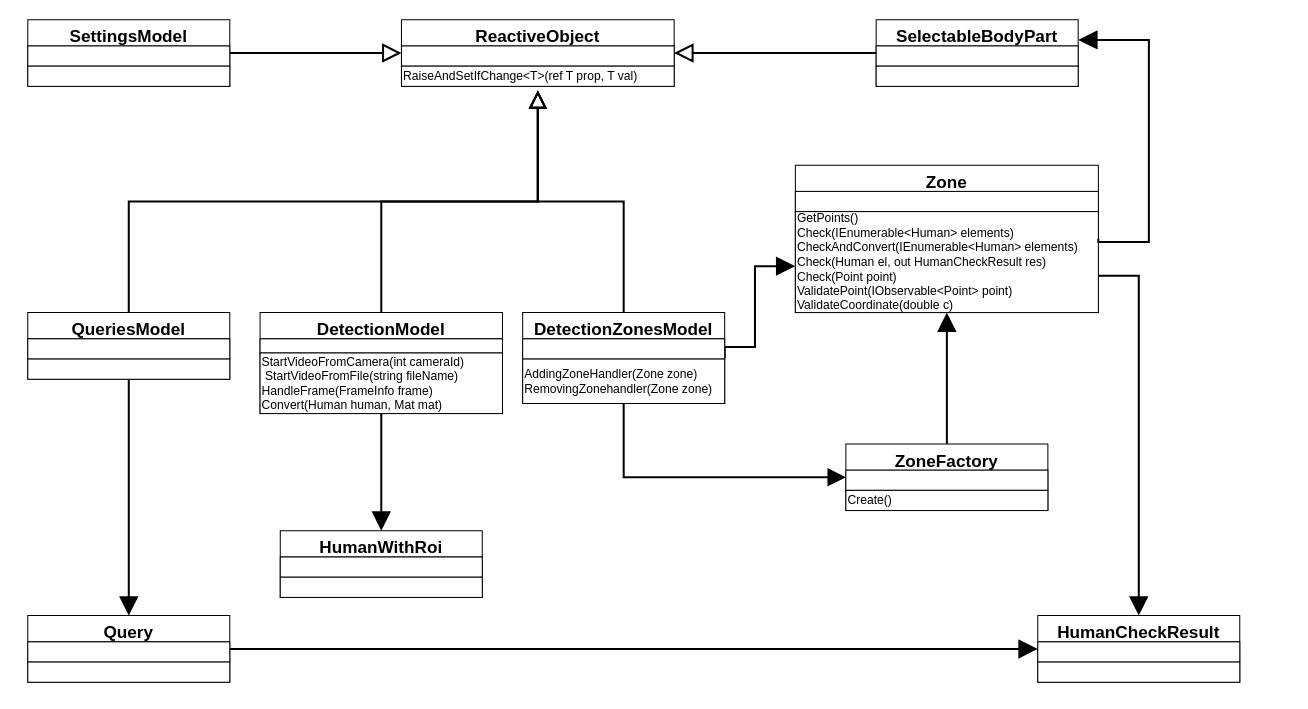
The draw.io diagram page "Models" (1 of 11) of Engineering/Packets-specify.drawio in GoldGreen/Skeletonization, before the edit. Source tidied: cells renumbered, new cells numbered last; positions are measured from the earlier drawing's top-left corner, leaving out a move shared by most shapes. Both pictures are drawn from the tidied source at 101%, with x=0, y=0 at pixel (27, 19).
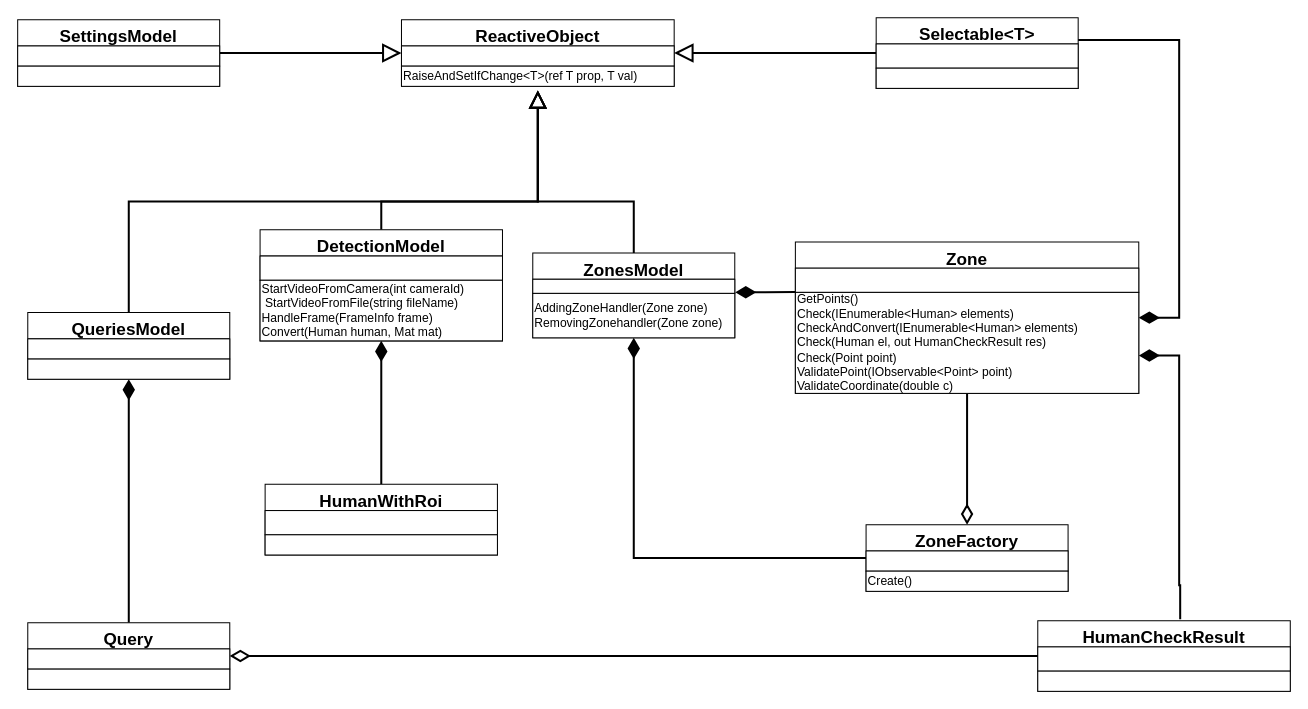
After the change.

The change refers to these unchanged cells:
```xml
<mxCell id="34" value="QueriesModel" style="swimlane;fontStyle=1;align=center;verticalAlign=top;horizontal=1;startSize=26;fontSize=17;" parent="1" vertex="1">
  <mxGeometry y="290" width="200" height="66" as="geometry" />
</mxCell>
```

Change to the diagram source:
```diff
@@
-    <mxCell id="5" value=" " style="edgeStyle=orthogonalEdgeStyle;rounded=0;jettySize=auto;html=1;exitX=1;exitY=0.5;exitDx=0;exitDy=0;entryX=0;entryY=0;entryDx=0;entryDy=0;fontSize=17;endArrow=block;endFill=1;startSize=6;endSize=14;strokeWidth=2;" parent="1" edge="1" source="10">
+    <mxCell id="5" value=" " style="edgeStyle=orthogonalEdgeStyle;rounded=0;jettySize=auto;html=1;exitX=1.002;exitY=0.919;exitDx=0;exitDy=0;entryX=0;entryY=0.979;entryDx=0;entryDy=0;fontSize=17;endArrow=none;endFill=0;startSize=15;endSize=14;strokeWidth=2;exitPerimeter=0;entryPerimeter=0;startArrow=diamondThin;startFill=1;" parent="1" edge="1" source="11" target="28">
       <mxGeometry relative="1" as="geometry">
-        <mxPoint x="760" y="244" as="targetPoint" />
         <Array as="points">
-          <mxPoint x="690" y="324" />
-          <mxPoint x="720" y="324" />
-          <mxPoint x="720" y="244" />
+          <mxPoint x="730" y="269" />
+          <mxPoint x="730" y="269" />
         </Array>
       </mxGeometry>
     </mxCell>
-    <mxCell id="6" value=" " style="edgeStyle=orthogonalEdgeStyle;rounded=0;jettySize=auto;html=1;exitX=1;exitY=0.75;exitDx=0;exitDy=0;fontSize=17;endArrow=block;endFill=1;startSize=6;endSize=14;strokeWidth=2;entryX=0.5;entryY=0;entryDx=0;entryDy=0;" parent="1" edge="1" source="27" target="40">
-      <mxGeometry relative="1" as="geometry" />
+    <mxCell id="6" value=" " style="edgeStyle=orthogonalEdgeStyle;rounded=0;jettySize=auto;html=1;exitX=1;exitY=0.75;exitDx=0;exitDy=0;fontSize=17;endArrow=none;endFill=0;startSize=15;endSize=14;strokeWidth=2;entryX=0.564;entryY=-0.019;entryDx=0;entryDy=0;entryPerimeter=0;startArrow=diamondThin;startFill=1;" parent="1" edge="1" source="27" target="40">
+      <mxGeometry relative="1" as="geometry">
+        <Array as="points">
+          <mxPoint x="1140" y="333" />
+          <mxPoint x="1140" y="560" />
+          <mxPoint x="1141" y="560" />
+        </Array>
+      </mxGeometry>
     </mxCell>
     <mxCell id="7" style="edgeStyle=orthogonalEdgeStyle;rounded=0;jettySize=auto;html=1;exitX=0.5;exitY=0;exitDx=0;exitDy=0;fontFamily=Helvetica;fontSize=12;fontColor=default;endArrow=block;endFill=0;startSize=26;endSize=13;strokeWidth=2;entryX=0.5;entryY=1;entryDx=0;entryDy=0;" parent="1" edge="1" source="10">
       <mxGeometry relative="1" as="geometry">
         <mxPoint x="505" y="70" as="targetPoint" />
         <Array as="points">
-          <mxPoint x="590" y="180" />
+          <mxPoint x="600" y="180" />
           <mxPoint x="505" y="180" />
         </Array>
       </mxGeometry>
     </mxCell>
@@
-    <mxCell id="9" value=" " style="edgeStyle=orthogonalEdgeStyle;rounded=0;jettySize=auto;html=1;exitX=0.5;exitY=1;exitDx=0;exitDy=0;entryX=0;entryY=0.5;entryDx=0;entryDy=0;fontFamily=Helvetica;fontSize=18;fontColor=default;endArrow=block;endFill=1;startSize=26;endSize=13;strokeWidth=2;" parent="1" edge="1" source="10" target="14">
+    <mxCell id="9" value=" " style="edgeStyle=orthogonalEdgeStyle;rounded=0;jettySize=auto;html=1;exitX=0.5;exitY=1;exitDx=0;exitDy=0;entryX=0;entryY=0.5;entryDx=0;entryDy=0;fontFamily=Helvetica;fontSize=18;fontColor=default;endArrow=none;endFill=0;startSize=15;endSize=13;strokeWidth=2;startArrow=diamondThin;startFill=1;" parent="1" edge="1" source="10" target="14">
       <mxGeometry relative="1" as="geometry" />
     </mxCell>
-    <mxCell id="10" value="DetectionZonesModel" style="swimlane;fontStyle=1;align=center;verticalAlign=top;horizontal=1;startSize=26;fontSize=17;" parent="1" vertex="1">
-      <mxGeometry x="490" y="290" width="200" height="90" as="geometry" />
+    <mxCell id="10" value="ZonesModel" style="swimlane;fontStyle=1;align=center;verticalAlign=top;horizontal=1;startSize=26;fontSize=17;" parent="1" vertex="1">
+      <mxGeometry x="500" y="231" width="200" height="84" as="geometry" />
     </mxCell>
     <mxCell id="11" style="rounded=0;whiteSpace=wrap;html=1;fontFamily=Helvetica;fontSize=12;fontColor=default;startSize=26;strokeColor=default;fillColor=default;align=left;" parent="10" vertex="1">
-      <mxGeometry y="26" width="200" height="20" as="geometry" />
+      <mxGeometry y="26" width="200" height="14" as="geometry" />
     </mxCell>
     <mxCell id="12" value="AddingZoneHandler(Zone zone)&lt;br&gt;RemovingZonehandler(Zone zone)" style="rounded=0;whiteSpace=wrap;html=1;fontFamily=Helvetica;fontSize=12;fontColor=default;startSize=26;strokeColor=default;fillColor=default;align=left;" parent="10" vertex="1">
-      <mxGeometry y="46" width="200" height="44" as="geometry" />
+      <mxGeometry y="40" width="200" height="44" as="geometry" />
     </mxCell>
-    <mxCell id="13" value=" " style="edgeStyle=orthogonalEdgeStyle;rounded=0;jettySize=auto;html=1;exitX=0.5;exitY=0;exitDx=0;exitDy=0;entryX=0.5;entryY=1;entryDx=0;entryDy=0;fontSize=17;endArrow=block;endFill=1;startSize=6;endSize=14;strokeWidth=2;" parent="1" edge="1" source="14" target="27">
+    <mxCell id="13" value=" " style="edgeStyle=orthogonalEdgeStyle;rounded=0;jettySize=auto;html=1;exitX=0.5;exitY=0;exitDx=0;exitDy=0;entryX=0.5;entryY=1;entryDx=0;entryDy=0;fontSize=17;endArrow=none;endFill=0;startSize=15;endSize=14;strokeWidth=2;startArrow=diamondThin;startFill=0;" parent="1" edge="1" source="14" target="27">
       <mxGeometry relative="1" as="geometry" />
     </mxCell>
     <mxCell id="14" value="ZoneFactory" style="swimlane;fontStyle=1;align=center;verticalAlign=top;horizontal=1;startSize=26;fontSize=17;" parent="1" vertex="1">
-      <mxGeometry x="810" y="420" width="200" height="66" as="geometry" />
+      <mxGeometry x="830" y="500" width="200" height="66" as="geometry" />
     </mxCell>
@@
     <mxCell id="18" value="SettingsModel" style="swimlane;fontStyle=1;align=center;verticalAlign=top;horizontal=1;startSize=26;fontSize=17;" parent="1" vertex="1">
-      <mxGeometry width="200" height="66" as="geometry" />
+      <mxGeometry x="-10" width="200" height="66" as="geometry" />
     </mxCell>
@@
-    <mxCell id="21" value=" " style="edgeStyle=orthogonalEdgeStyle;rounded=0;jettySize=auto;html=1;exitX=0.5;exitY=1;exitDx=0;exitDy=0;entryX=0.5;entryY=0;entryDx=0;entryDy=0;fontSize=17;endArrow=block;endFill=1;startSize=6;endSize=14;strokeWidth=2;" parent="1" edge="1" source="24" target="37">
+    <mxCell id="21" value=" " style="edgeStyle=orthogonalEdgeStyle;rounded=0;jettySize=auto;html=1;exitX=0.5;exitY=1;exitDx=0;exitDy=0;entryX=0.5;entryY=0;entryDx=0;entryDy=0;fontSize=17;endArrow=none;endFill=0;startSize=15;endSize=14;strokeWidth=2;startArrow=diamondThin;startFill=1;" parent="1" edge="1" source="24" target="37">
       <mxGeometry relative="1" as="geometry" />
     </mxCell>
@@
     <mxCell id="24" value="DetectionModel" style="swimlane;fontStyle=1;align=center;verticalAlign=top;horizontal=1;startSize=26;fontSize=17;" parent="1" vertex="1">
-      <mxGeometry x="230" y="290" width="240" height="100" as="geometry" />
+      <mxGeometry x="230" y="208" width="240" height="110" as="geometry" />
     </mxCell>
     <mxCell id="25" style="rounded=0;whiteSpace=wrap;html=1;fontFamily=Helvetica;fontSize=12;fontColor=default;startSize=26;strokeColor=default;fillColor=default;align=left;" parent="24" vertex="1">
-      <mxGeometry y="26" width="240" height="14" as="geometry" />
+      <mxGeometry y="26" width="240" height="24" as="geometry" />
     </mxCell>
     <mxCell id="26" value="StartVideoFromCamera(int cameraId)&lt;br&gt;&amp;nbsp;StartVideoFromFile(string fileName)&lt;br&gt;HandleFrame(FrameInfo frame)&lt;br&gt;Convert(Human human, Mat mat)" style="rounded=0;whiteSpace=wrap;html=1;fontFamily=Helvetica;fontSize=12;fontColor=default;startSize=26;strokeColor=default;fillColor=default;align=left;" parent="24" vertex="1">
-      <mxGeometry y="40" width="240" height="60" as="geometry" />
+      <mxGeometry y="50" width="240" height="60" as="geometry" />
     </mxCell>
     <mxCell id="27" value="Zone" style="swimlane;fontStyle=1;align=center;verticalAlign=top;horizontal=1;startSize=26;fontSize=17;" parent="1" vertex="1">
-      <mxGeometry x="760" y="144" width="300" height="146" as="geometry" />
+      <mxGeometry x="760" y="220" width="340" height="150" as="geometry" />
     </mxCell>
     <mxCell id="28" style="rounded=0;whiteSpace=wrap;html=1;fontFamily=Helvetica;fontSize=12;fontColor=default;startSize=26;strokeColor=default;fillColor=default;align=left;" parent="27" vertex="1">
-      <mxGeometry y="26" width="300" height="20" as="geometry" />
+      <mxGeometry y="26" width="340" height="24" as="geometry" />
     </mxCell>
     <mxCell id="29" value="GetPoints()&lt;br&gt;Check(IEnumerable&amp;lt;Human&amp;gt; elements)&lt;br&gt;CheckAndConvert(IEnumerable&amp;lt;Human&amp;gt; elements)&lt;br&gt;Check(Human el, out HumanCheckResult res)&lt;br&gt;Check(Point point)&lt;br&gt;ValidatePoint(IObservable&amp;lt;Point&amp;gt; point)&lt;br&gt;ValidateCoordinate(double c)" style="rounded=0;whiteSpace=wrap;html=1;fontFamily=Helvetica;fontSize=12;fontColor=default;startSize=26;strokeColor=default;fillColor=default;align=left;" parent="27" vertex="1">
-      <mxGeometry y="46" width="300" height="100" as="geometry" />
+      <mxGeometry y="50" width="340" height="100" as="geometry" />
     </mxCell>
-    <mxCell id="30" style="edgeStyle=orthogonalEdgeStyle;rounded=0;jettySize=auto;html=1;exitX=0.5;exitY=1;exitDx=0;exitDy=0;entryX=0.5;entryY=0;entryDx=0;entryDy=0;fontSize=17;endArrow=block;endFill=1;startSize=6;endSize=14;strokeWidth=2;" parent="1" edge="1" source="34" target="50">
+    <mxCell id="30" style="edgeStyle=orthogonalEdgeStyle;rounded=0;jettySize=auto;html=1;exitX=0.5;exitY=1;exitDx=0;exitDy=0;entryX=0.5;entryY=0;entryDx=0;entryDy=0;fontSize=17;endArrow=none;endFill=0;startSize=15;endSize=14;strokeWidth=2;startArrow=diamondThin;startFill=1;" parent="1" edge="1" source="34" target="50">
       <mxGeometry relative="1" as="geometry" />
     </mxCell>
@@
     <mxCell id="37" value="HumanWithRoi" style="swimlane;fontStyle=1;align=center;verticalAlign=top;horizontal=1;startSize=26;fontSize=17;" parent="1" vertex="1">
-      <mxGeometry x="250" y="506" width="200" height="66" as="geometry" />
+      <mxGeometry x="235" y="460" width="230" height="70" as="geometry" />
     </mxCell>
     <mxCell id="38" style="rounded=0;whiteSpace=wrap;html=1;fontFamily=Helvetica;fontSize=12;fontColor=default;startSize=26;strokeColor=default;fillColor=default;align=left;" parent="37" vertex="1">
-      <mxGeometry y="26" width="200" height="20" as="geometry" />
+      <mxGeometry y="26" width="230" height="24" as="geometry" />
     </mxCell>
     <mxCell id="39" style="rounded=0;whiteSpace=wrap;html=1;fontFamily=Helvetica;fontSize=12;fontColor=default;startSize=26;strokeColor=default;fillColor=default;align=left;" parent="37" vertex="1">
-      <mxGeometry y="46" width="200" height="20" as="geometry" />
+      <mxGeometry y="50" width="230" height="20" as="geometry" />
     </mxCell>
     <mxCell id="40" value="HumanCheckResult" style="swimlane;fontStyle=1;align=center;verticalAlign=top;horizontal=1;startSize=26;fontSize=17;" parent="1" vertex="1">
-      <mxGeometry x="1000" y="590" width="200" height="66" as="geometry" />
+      <mxGeometry x="1000" y="595" width="250" height="70" as="geometry" />
     </mxCell>
     <mxCell id="41" style="rounded=0;whiteSpace=wrap;html=1;fontFamily=Helvetica;fontSize=12;fontColor=default;startSize=26;strokeColor=default;fillColor=default;align=left;" parent="40" vertex="1">
-      <mxGeometry y="26" width="200" height="20" as="geometry" />
+      <mxGeometry y="26" width="250" height="24" as="geometry" />
     </mxCell>
     <mxCell id="42" style="rounded=0;whiteSpace=wrap;html=1;fontFamily=Helvetica;fontSize=12;fontColor=default;startSize=26;strokeColor=default;fillColor=default;align=left;" parent="40" vertex="1">
-      <mxGeometry y="46" width="200" height="20" as="geometry" />
+      <mxGeometry y="50" width="250" height="20" as="geometry" />
     </mxCell>
@@
-    <mxCell id="45" value="SelectableBodyPart" style="swimlane;fontStyle=1;align=center;verticalAlign=top;horizontal=1;startSize=26;fontSize=17;" parent="1" vertex="1">
-      <mxGeometry x="840" width="200" height="66" as="geometry" />
+    <mxCell id="45" value="Selectable&lt;T&gt;" style="swimlane;fontStyle=1;align=center;verticalAlign=top;horizontal=1;startSize=26;fontSize=17;" parent="1" vertex="1">
+      <mxGeometry x="840" y="-2" width="200" height="70" as="geometry" />
     </mxCell>
     <mxCell id="46" style="rounded=0;whiteSpace=wrap;html=1;fontFamily=Helvetica;fontSize=12;fontColor=default;startSize=26;strokeColor=default;fillColor=default;align=left;" parent="45" vertex="1">
-      <mxGeometry y="26" width="200" height="20" as="geometry" />
+      <mxGeometry y="26" width="200" height="24" as="geometry" />
     </mxCell>
     <mxCell id="47" style="rounded=0;whiteSpace=wrap;html=1;fontFamily=Helvetica;fontSize=12;fontColor=default;startSize=26;strokeColor=default;fillColor=default;align=left;" parent="45" vertex="1">
-      <mxGeometry y="46" width="200" height="20" as="geometry" />
+      <mxGeometry y="50" width="200" height="20" as="geometry" />
     </mxCell>
-    <mxCell id="48" value=" " style="edgeStyle=orthogonalEdgeStyle;rounded=0;jettySize=auto;html=1;exitX=1;exitY=0.5;exitDx=0;exitDy=0;fontSize=17;endArrow=block;endFill=1;startSize=6;endSize=14;strokeWidth=2;" parent="1" edge="1" source="27">
+    <mxCell id="48" value=" " style="edgeStyle=orthogonalEdgeStyle;rounded=0;jettySize=auto;html=1;exitX=1;exitY=0.5;exitDx=0;exitDy=0;fontSize=17;endArrow=none;endFill=0;startSize=15;endSize=14;strokeWidth=2;startArrow=diamondThin;startFill=1;" parent="1" edge="1" source="27">
       <mxGeometry relative="1" as="geometry">
         <mxPoint x="1040" y="20" as="targetPoint" />
         <Array as="points">
-          <mxPoint x="1060" y="220" />
-          <mxPoint x="1110" y="220" />
-          <mxPoint x="1110" y="20" />
+          <mxPoint x="1140" y="295" />
+          <mxPoint x="1140" y="20" />
         </Array>
       </mxGeometry>
     </mxCell>
-    <mxCell id="49" value=" " style="edgeStyle=orthogonalEdgeStyle;rounded=0;jettySize=auto;html=1;exitX=1;exitY=0.5;exitDx=0;exitDy=0;entryX=0;entryY=0.5;entryDx=0;entryDy=0;fontSize=17;endArrow=block;endFill=1;startSize=6;endSize=14;strokeWidth=2;" parent="1" edge="1" source="50" target="40">
+    <mxCell id="49" value=" " style="edgeStyle=orthogonalEdgeStyle;rounded=0;jettySize=auto;html=1;exitX=1;exitY=0.5;exitDx=0;exitDy=0;entryX=0;entryY=0.5;entryDx=0;entryDy=0;fontSize=17;endArrow=none;endFill=0;startSize=15;endSize=14;strokeWidth=2;startArrow=diamondThin;startFill=0;" parent="1" edge="1" source="50" target="40">
       <mxGeometry relative="1" as="geometry" />
     </mxCell>
     <mxCell id="50" value="Query" style="swimlane;fontStyle=1;align=center;verticalAlign=top;horizontal=1;startSize=26;fontSize=17;" parent="1" vertex="1">
-      <mxGeometry y="590" width="200" height="66" as="geometry" />
+      <mxGeometry y="597" width="200" height="66" as="geometry" />
     </mxCell>
```
